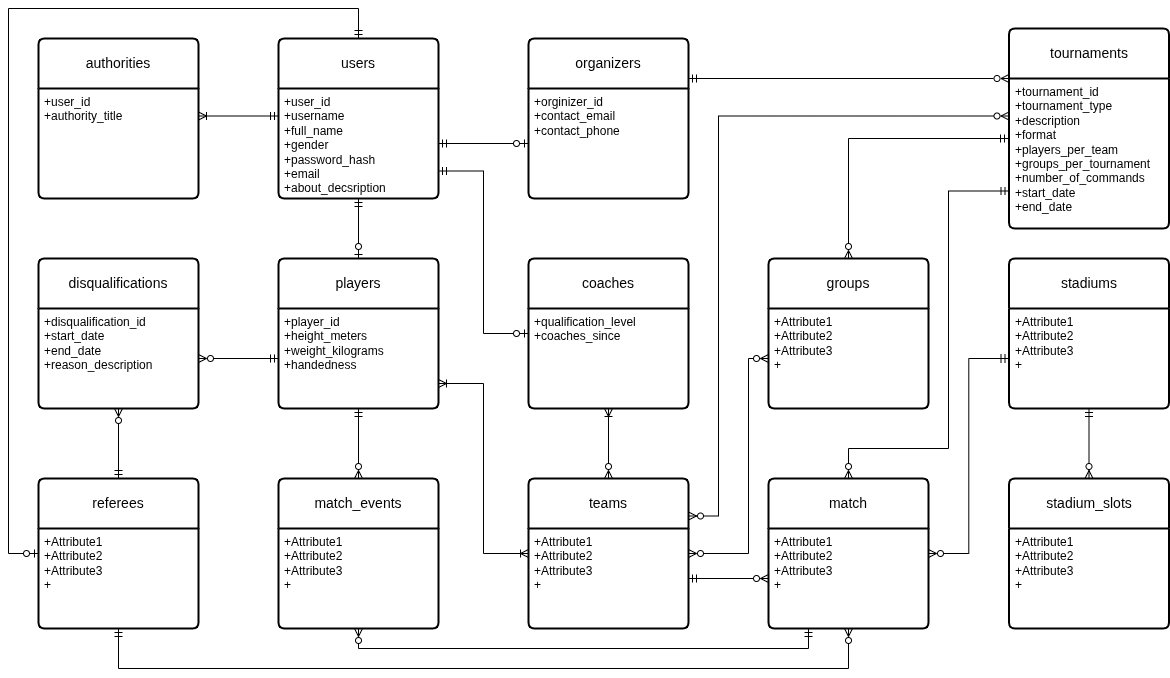
Above: presentation/er-diagramm.png in vodobryshkin/is-course-work-0 (draw.io), before the change. Source tidied: cells renumbered, new cells last; positions are measured from the earlier drawing's top-left corner, leaving out a move shared by most shapes.
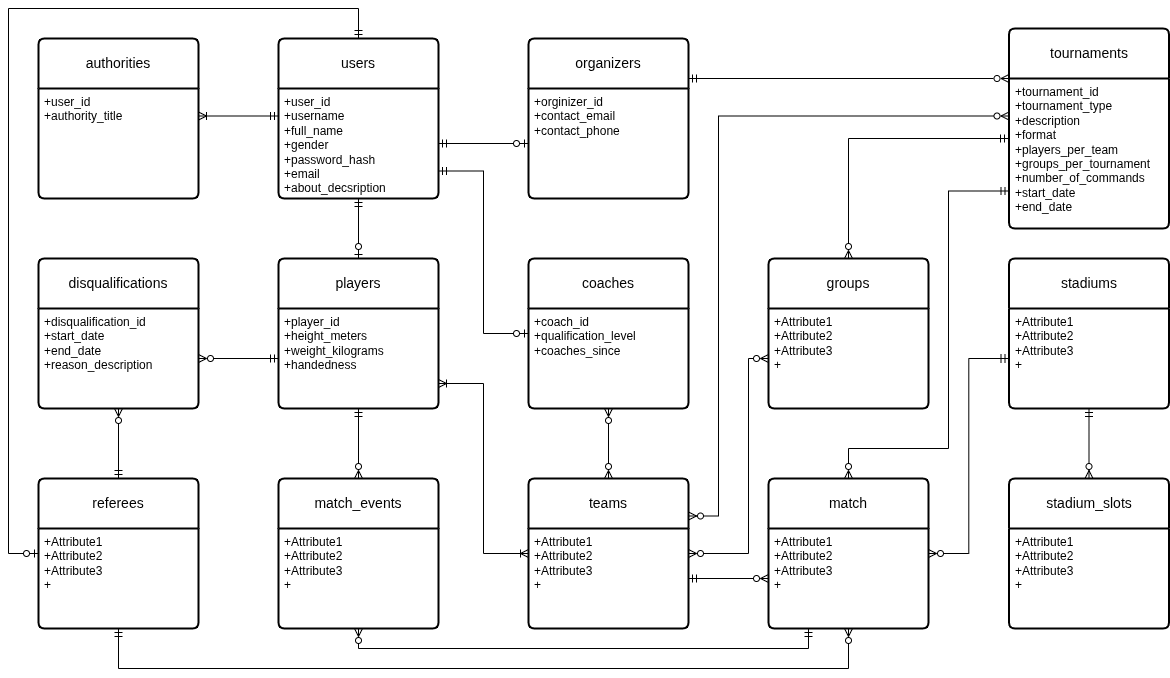
After the change.

Commit message:
Исправил некоторые связи и добавил PK тренерам

The edit, as a diff of the source:
```diff
@@ -67,7 +67,7 @@
     <mxCell id="19" value="coaches" style="swimlane;horizontal=1;startSize=50;rounded=1;fontSize=14;fontStyle=0;strokeWidth=2;shadow=0;dashed=0;align=center;arcSize=4;whiteSpace=wrap;html=1;" parent="1" vertex="1">
       <mxGeometry x="520" y="250" width="160" height="150" as="geometry" />
     </mxCell>
-    <mxCell id="20" value="+qualification_level&lt;br&gt;+coaches_since" style="align=left;strokeColor=none;fillColor=none;spacingLeft=4;fontSize=12;verticalAlign=top;html=1;" parent="19" vertex="1">
+    <mxCell id="20" value="+coach_id&lt;br&gt;+qualification_level&lt;br&gt;+coaches_since" style="align=left;strokeColor=none;fillColor=none;spacingLeft=4;fontSize=12;verticalAlign=top;html=1;" parent="19" vertex="1">
       <mxGeometry y="50" width="160" height="100" as="geometry" />
     </mxCell>
     <mxCell id="21" style="edgeStyle=orthogonalEdgeStyle;rounded=0;jettySize=auto;html=1;entryX=0.5;entryY=1;entryDx=0;entryDy=0;endArrow=ERzeroToMany;endFill=0;startArrow=ERmandOne;startFill=0;" parent="1" edge="1" source="23" target="34">
@@ -171,7 +171,7 @@
     <mxCell id="45" style="edgeStyle=orthogonalEdgeStyle;rounded=0;jettySize=auto;html=1;entryX=0;entryY=0.25;entryDx=0;entryDy=0;exitX=1;exitY=0.75;exitDx=0;exitDy=0;startArrow=ERoneToMany;startFill=0;endArrow=ERoneToMany;endFill=0;" parent="1" edge="1" source="29" target="26">
       <mxGeometry relative="1" as="geometry" />
     </mxCell>
-    <mxCell id="46" style="edgeStyle=orthogonalEdgeStyle;rounded=0;jettySize=auto;html=1;entryX=0.5;entryY=0;entryDx=0;entryDy=0;startArrow=ERoneToMany;startFill=0;endArrow=ERzeroToMany;endFill=0;" parent="1" edge="1" source="20" target="25">
+    <mxCell id="46" style="edgeStyle=orthogonalEdgeStyle;rounded=0;jettySize=auto;html=1;entryX=0.5;entryY=0;entryDx=0;entryDy=0;startArrow=ERzeroToMany;startFill=0;endArrow=ERzeroToMany;endFill=0;" parent="1" edge="1" source="20" target="25">
       <mxGeometry relative="1" as="geometry" />
     </mxCell>
     <mxCell id="47" style="edgeStyle=orthogonalEdgeStyle;rounded=0;jettySize=auto;html=1;entryX=1;entryY=0.5;entryDx=0;entryDy=0;endArrow=ERzeroToMany;endFill=0;startArrow=ERmandOne;startFill=0;" parent="1" edge="1" source="29" target="34">
```
